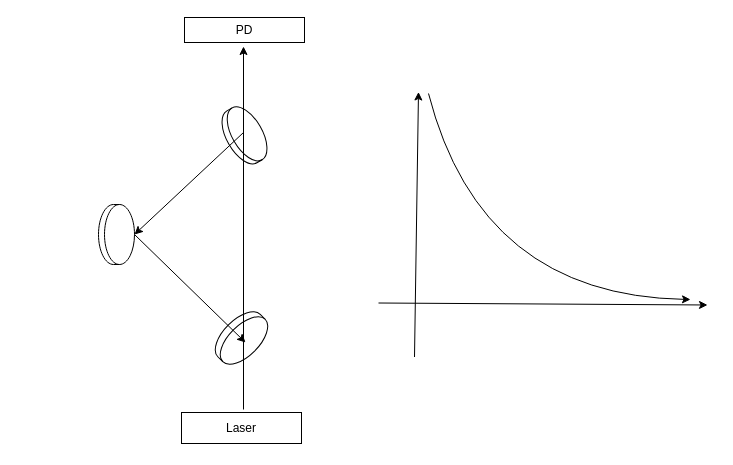
This is 未命名绘图.drawio from ZYNsama666/BackUp, a draw.io file, before an edit. Source tidied: cells renumbered, new cells numbered last; positions are measured from the earlier drawing's top-left corner, leaving out a move shared by most shapes. Both pictures are drawn from the tidied source at 100%, with x=0, y=0 at pixel (86, 17).
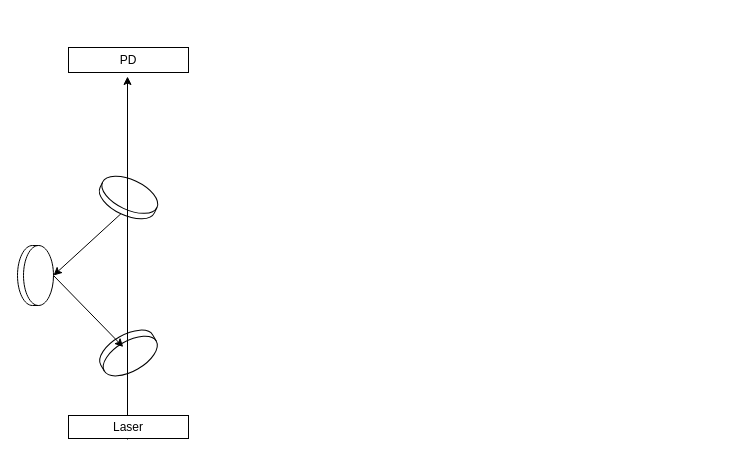
After the change.

Commit message:
更新未命名绘图.drawio

Diff of the diagram source:
```diff
@@
 <mxGraphModel>
   <root>
     <mxCell id="0" />
     <mxCell id="1" parent="0" />
     <mxCell id="2" style="shape=cylinder3;whiteSpace=wrap;html=1;boundedLbl=1;backgroundOutline=1;size=15;rotation=90;" parent="1" vertex="1">
-      <mxGeometry y="199" width="60" height="36" as="geometry" />
+      <mxGeometry x="-81" y="240" width="60" height="36" as="geometry" />
     </mxCell>
-    <mxCell id="3" style="shape=cylinder3;whiteSpace=wrap;html=1;boundedLbl=1;backgroundOutline=1;size=15;rotation=60;" parent="1" vertex="1">
-      <mxGeometry x="128" y="99.8" width="60" height="36" as="geometry" />
+    <mxCell id="3" style="shape=cylinder3;whiteSpace=wrap;html=1;boundedLbl=1;backgroundOutline=1;size=15;rotation=25;" parent="1" vertex="1">
+      <mxGeometry x="12" y="162" width="60" height="36" as="geometry" />
     </mxCell>
-    <mxCell id="4" style="shape=cylinder3;whiteSpace=wrap;html=1;boundedLbl=1;backgroundOutline=1;size=15;rotation=-225;" parent="1" vertex="1">
-      <mxGeometry x="125" y="302" width="60" height="37" as="geometry" />
+    <mxCell id="4" style="shape=cylinder3;whiteSpace=wrap;html=1;boundedLbl=1;backgroundOutline=1;size=15;rotation=-210;" parent="1" vertex="1">
+      <mxGeometry x="12" y="317" width="60" height="37" as="geometry" />
     </mxCell>
     <mxCell id="5" style="endArrow=classic;html=1;rounded=0;" parent="1" edge="1">
       <mxGeometry relative="1" as="geometry">
-        <mxPoint x="157" y="392" as="sourcePoint" />
-        <mxPoint x="157" y="29" as="targetPoint" />
+        <mxPoint x="41" y="422" as="sourcePoint" />
+        <mxPoint x="41" y="59" as="targetPoint" />
       </mxGeometry>
     </mxCell>
-    <mxCell id="6" style="endArrow=classic;html=1;rounded=0;entryX=0.5;entryY=0;entryDx=0;entryDy=0;entryPerimeter=0;" parent="1" edge="1" target="2">
-      <mxGeometry relative="1" as="geometry">
-        <mxPoint x="157" y="115" as="sourcePoint" />
-      </mxGeometry>
+    <mxCell id="6" style="endArrow=classic;html=1;rounded=0;entryX=0.5;entryY=0;entryDx=0;entryDy=0;entryPerimeter=0;exitX=0.5;exitY=1;exitDx=0;exitDy=0;exitPerimeter=0;" parent="1" edge="1" source="3" target="2">
+      <mxGeometry relative="1" as="geometry" />
     </mxCell>
-    <mxCell id="7" style="endArrow=classic;html=1;rounded=0;exitX=0.5;exitY=0;exitDx=0;exitDy=0;exitPerimeter=0;" parent="1" edge="1" source="2">
-      <mxGeometry relative="1" as="geometry">
-        <mxPoint x="159" y="325" as="targetPoint" />
-      </mxGeometry>
+    <mxCell id="7" style="endArrow=classic;html=1;rounded=0;exitX=0.5;exitY=0;exitDx=0;exitDy=0;exitPerimeter=0;entryX=0.526;entryY=0.712;entryDx=0;entryDy=0;entryPerimeter=0;" parent="1" edge="1" source="2" target="4">
+      <mxGeometry relative="1" as="geometry" />
     </mxCell>
-    <mxCell id="8" style="endArrow=classic;html=1;rounded=0;" parent="1" edge="1">
-      <mxGeometry relative="1" as="geometry">
-        <mxPoint x="328" y="339.5" as="sourcePoint" />
-        <mxPoint x="332" y="74.5" as="targetPoint" />
-      </mxGeometry>
-    </mxCell>
-    <mxCell id="9" style="endArrow=classic;html=1;rounded=0;" parent="1" edge="1">
-      <mxGeometry relative="1" as="geometry">
-        <mxPoint x="292" y="285.5" as="sourcePoint" />
-        <mxPoint x="621" y="287.5" as="targetPoint" />
-      </mxGeometry>
-    </mxCell>
     <mxCell id="10" value="PD" style="rounded=0;whiteSpace=wrap;html=1;" parent="1" vertex="1">
-      <mxGeometry x="98" width="120" height="25" as="geometry" />
+      <mxGeometry x="-18" y="30" width="120" height="25" as="geometry" />
     </mxCell>
     <mxCell id="11" value="Laser" style="rounded=0;whiteSpace=wrap;html=1;" parent="1" vertex="1">
-      <mxGeometry x="95" y="395" width="120" height="31" as="geometry" />
+      <mxGeometry x="-18" y="398" width="120" height="23" as="geometry" />
     </mxCell>
-    <mxCell id="12" style="curved=1;endArrow=classic;html=1;rounded=0;" parent="1" edge="1">
-      <mxGeometry relative="1" as="geometry">
-        <mxPoint x="342" y="76" as="sourcePoint" />
-        <mxPoint x="604" y="282" as="targetPoint" />
-        <Array as="points">
-          <mxPoint x="394" y="278" />
-        </Array>
-      </mxGeometry>
-    </mxCell>
   </root>
 </mxGraphModel>
```
